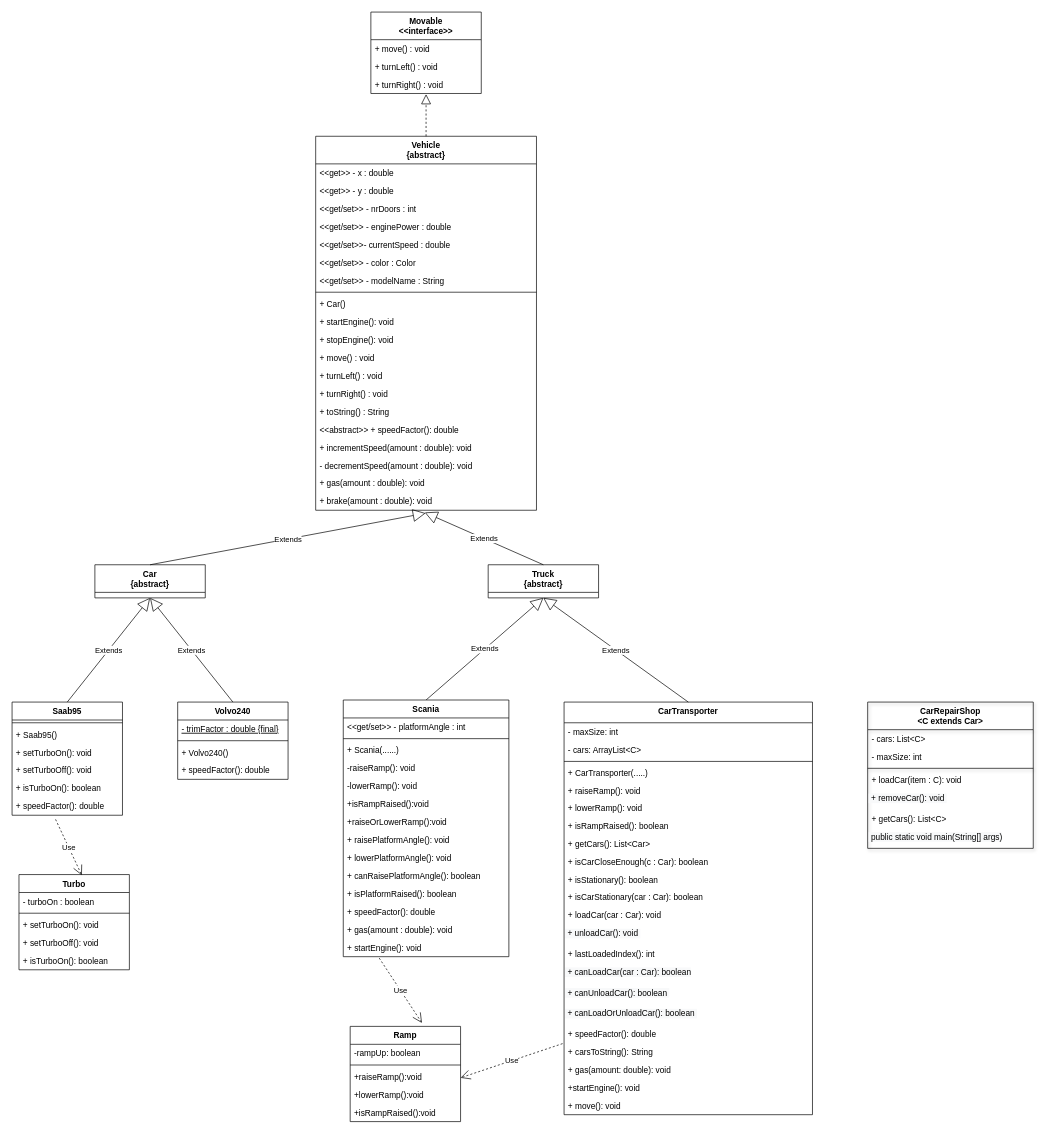
The draw.io diagram DiagramWithDelegation.drawio in EugeneDvoryankov/DIT953-lab1, before the edit. Source tidied: cells renumbered, new cells numbered last; positions are measured from the earlier drawing's top-left corner, leaving out a move shared by most shapes. Both pictures are drawn from the tidied source at 69%, with x=0, y=0 at pixel (12, 12).
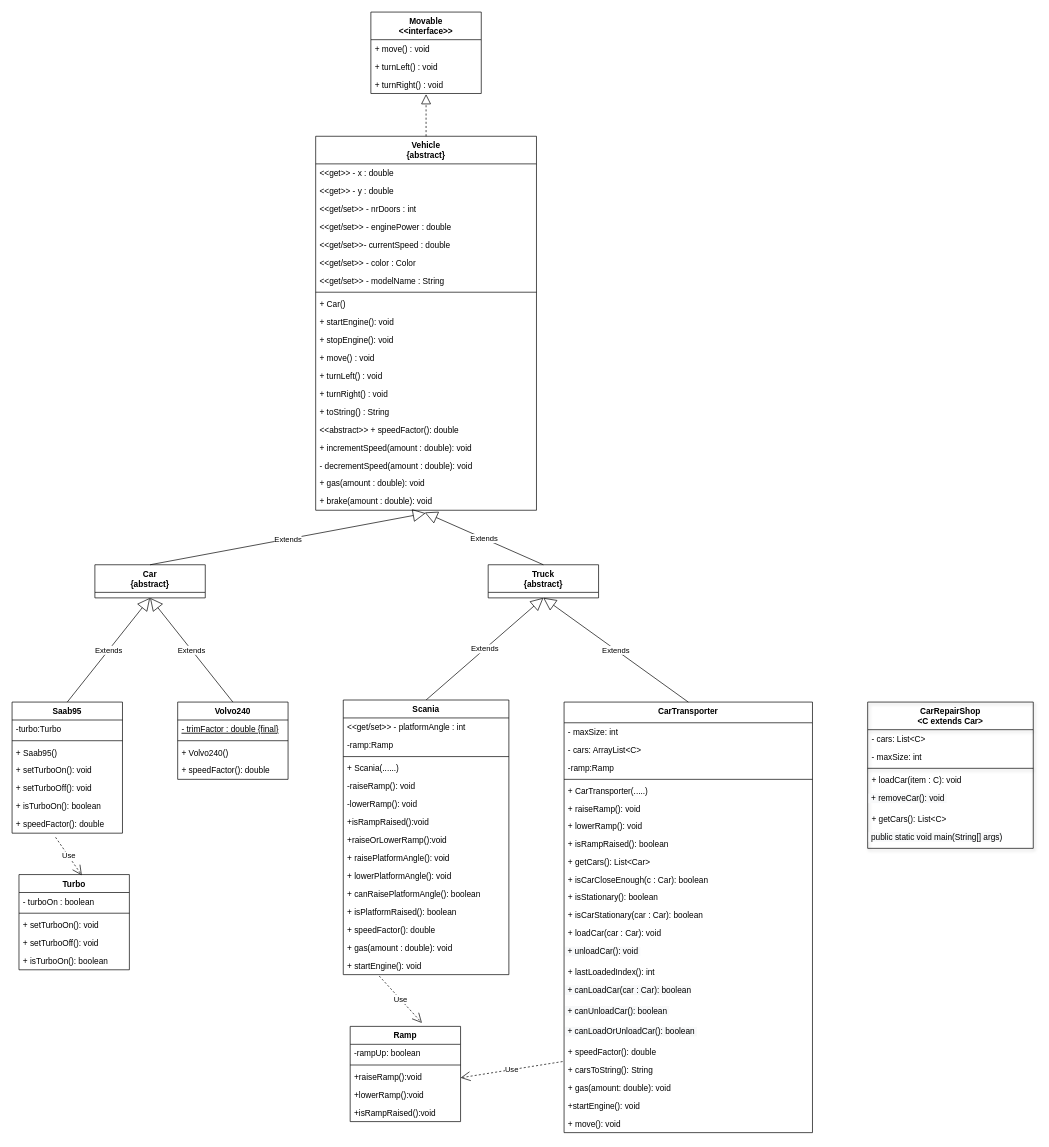
The same page after the edit.

The edit, as a diff of the source:
```diff
@@
     <mxCell id="2" value="CarTransporter" style="swimlane;fontStyle=1;align=center;verticalAlign=top;horizontal=1;startSize=30;strokeColor=#000000;fillColor=none;" parent="1" vertex="1">
-      <mxGeometry x="800" y="1000" width="360" height="598" as="geometry" />
+      <mxGeometry x="800" y="1000" width="360" height="624" as="geometry" />
     </mxCell>
@@
+    <mxCell id="109" value="-ramp:Ramp" style="text;strokeColor=none;fillColor=none;align=left;verticalAlign=top;spacingLeft=4;spacingRight=4;overflow=hidden;" parent="2" vertex="1">
+      <mxGeometry y="82" width="360" height="26" as="geometry" />
+    </mxCell>
     <mxCell id="5" style="line;strokeWidth=1;fillColor=none;align=left;verticalAlign=middle;spacingTop=-1;spacingLeft=3;spacingRight=3;labelPosition=right;" parent="2" vertex="1">
-      <mxGeometry y="82" width="360" height="8" as="geometry" />
+      <mxGeometry y="108" width="360" height="8" as="geometry" />
     </mxCell>
     <mxCell id="6" value="+ CarTransporter(.....)" style="text;strokeColor=none;fillColor=none;align=left;verticalAlign=top;spacingLeft=4;spacingRight=4;overflow=hidden;" parent="2" vertex="1">
-      <mxGeometry y="90" width="360" height="26" as="geometry" />
+      <mxGeometry y="116" width="360" height="26" as="geometry" />
     </mxCell>
     <mxCell id="7" value="+ raiseRamp(): void" style="text;strokeColor=none;fillColor=none;align=left;verticalAlign=top;spacingLeft=4;spacingRight=4;overflow=hidden;" parent="2" vertex="1">
-      <mxGeometry y="116" width="360" height="24" as="geometry" />
+      <mxGeometry y="142" width="360" height="24" as="geometry" />
     </mxCell>
     <mxCell id="8" value="+ lowerRamp(): void" style="text;strokeColor=none;fillColor=none;align=left;verticalAlign=top;spacingLeft=4;spacingRight=4;overflow=hidden;" parent="2" vertex="1">
-      <mxGeometry y="140" width="360" height="26" as="geometry" />
+      <mxGeometry y="166" width="360" height="26" as="geometry" />
     </mxCell>
     <mxCell id="9" value="+ isRampRaised(): boolean" style="text;strokeColor=none;fillColor=none;align=left;verticalAlign=top;spacingLeft=4;spacingRight=4;overflow=hidden;" parent="2" vertex="1">
-      <mxGeometry y="166" width="360" height="26" as="geometry" />
+      <mxGeometry y="192" width="360" height="26" as="geometry" />
     </mxCell>
     <mxCell id="10" value="+ getCars(): List&lt;Car&gt;" style="text;strokeColor=none;fillColor=none;align=left;verticalAlign=top;spacingLeft=4;spacingRight=4;overflow=hidden;shadow=1;" parent="2" vertex="1">
-      <mxGeometry y="192" width="360" height="26" as="geometry" />
+      <mxGeometry y="218" width="360" height="26" as="geometry" />
     </mxCell>
     <mxCell id="11" value="+ isCarCloseEnough(c : Car): boolean" style="text;strokeColor=none;fillColor=none;align=left;verticalAlign=top;spacingLeft=4;spacingRight=4;overflow=hidden;" parent="2" vertex="1">
-      <mxGeometry y="218" width="360" height="26" as="geometry" />
+      <mxGeometry y="244" width="360" height="26" as="geometry" />
     </mxCell>
     <mxCell id="12" value="+ isStationary(): boolean " style="text;strokeColor=none;fillColor=none;align=left;verticalAlign=top;spacingLeft=4;spacingRight=4;overflow=hidden;" parent="2" vertex="1">
-      <mxGeometry y="244" width="360" height="26" as="geometry" />
+      <mxGeometry y="270" width="360" height="26" as="geometry" />
     </mxCell>
     <mxCell id="13" value="+ isCarStationary(car : Car): boolean " style="text;strokeColor=none;fillColor=none;align=left;verticalAlign=top;spacingLeft=4;spacingRight=4;overflow=hidden;" parent="2" vertex="1">
-      <mxGeometry y="270" width="360" height="26" as="geometry" />
+      <mxGeometry y="296" width="360" height="26" as="geometry" />
     </mxCell>
     <mxCell id="14" value="+ loadCar(car : Car): void " style="text;strokeColor=none;fillColor=none;align=left;verticalAlign=top;spacingLeft=4;spacingRight=4;overflow=hidden;" parent="2" vertex="1">
-      <mxGeometry y="296" width="360" height="26" as="geometry" />
+      <mxGeometry y="322" width="360" height="26" as="geometry" />
     </mxCell>
     <mxCell id="15" value="&lt;span style=&quot;color: rgb(0 , 0 , 0) ; font-family: &amp;#34;helvetica&amp;#34; ; font-size: 12px ; font-style: normal ; font-weight: 400 ; letter-spacing: normal ; text-align: left ; text-indent: 0px ; text-transform: none ; word-spacing: 0px ; background-color: rgb(248 , 249 , 250) ; display: inline ; float: none&quot;&gt;&amp;nbsp;+ unloadCar(): void&amp;nbsp;&lt;/span&gt;" style="text;whiteSpace=wrap;html=1;fillColor=none;" parent="2" vertex="1">
-      <mxGeometry y="322" width="360" height="30" as="geometry" />
+      <mxGeometry y="348" width="360" height="30" as="geometry" />
     </mxCell>
     <mxCell id="16" value="+ lastLoadedIndex(): int" style="text;strokeColor=none;fillColor=none;align=left;verticalAlign=top;spacingLeft=4;spacingRight=4;overflow=hidden;shadow=1;" parent="2" vertex="1">
-      <mxGeometry y="352" width="360" height="26" as="geometry" />
+      <mxGeometry y="378" width="360" height="26" as="geometry" />
     </mxCell>
     <mxCell id="17" value="&lt;span style=&quot;color: rgb(0 , 0 , 0) ; font-family: &amp;#34;helvetica&amp;#34; ; font-size: 12px ; font-style: normal ; font-weight: 400 ; letter-spacing: normal ; text-align: left ; text-indent: 0px ; text-transform: none ; word-spacing: 0px ; background-color: rgb(248 , 249 , 250) ; display: inline ; float: none&quot;&gt;&amp;nbsp;+ canLoadCar(car : Car): boolean&lt;/span&gt;" style="text;whiteSpace=wrap;html=1;fillColor=none;" parent="2" vertex="1">
-      <mxGeometry y="378" width="360" height="30" as="geometry" />
+      <mxGeometry y="404" width="360" height="30" as="geometry" />
     </mxCell>
     <mxCell id="18" value="&lt;span style=&quot;color: rgb(0 , 0 , 0) ; font-family: &amp;#34;helvetica&amp;#34; ; font-size: 12px ; font-style: normal ; font-weight: 400 ; letter-spacing: normal ; text-align: left ; text-indent: 0px ; text-transform: none ; word-spacing: 0px ; background-color: rgb(248 , 249 , 250) ; display: inline ; float: none&quot;&gt;&amp;nbsp;+ canUnloadCar(): boolean&amp;nbsp;&lt;/span&gt;" style="text;whiteSpace=wrap;html=1;fillColor=none;" parent="2" vertex="1">
-      <mxGeometry y="408" width="360" height="30" as="geometry" />
+      <mxGeometry y="434" width="360" height="30" as="geometry" />
     </mxCell>
     <mxCell id="19" value="&lt;span style=&quot;color: rgb(0 , 0 , 0) ; font-family: &amp;#34;helvetica&amp;#34; ; font-size: 12px ; font-style: normal ; font-weight: 400 ; letter-spacing: normal ; text-align: left ; text-indent: 0px ; text-transform: none ; word-spacing: 0px ; background-color: rgb(248 , 249 , 250) ; display: inline ; float: none&quot;&gt;&amp;nbsp;+ canLoadOrUnloadCar(): boolean&amp;nbsp;&lt;/span&gt;" style="text;whiteSpace=wrap;html=1;fillColor=none;" parent="2" vertex="1">
-      <mxGeometry y="438" width="360" height="30" as="geometry" />
+      <mxGeometry y="464" width="360" height="30" as="geometry" />
     </mxCell>
     <mxCell id="20" value="+ speedFactor(): double" style="text;strokeColor=none;fillColor=none;align=left;verticalAlign=top;spacingLeft=4;spacingRight=4;overflow=hidden;" parent="2" vertex="1">
-      <mxGeometry y="468" width="360" height="26" as="geometry" />
+      <mxGeometry y="494" width="360" height="26" as="geometry" />
     </mxCell>
     <mxCell id="21" value="+ carsToString(): String" style="text;strokeColor=none;fillColor=none;align=left;verticalAlign=top;spacingLeft=4;spacingRight=4;overflow=hidden;points=[[0,0.5],[1,0.5]];portConstraint=eastwest;" parent="2" vertex="1">
-      <mxGeometry y="494" width="360" height="26" as="geometry" />
+      <mxGeometry y="520" width="360" height="26" as="geometry" />
     </mxCell>
     <mxCell id="22" value="+ gas(amount: double): void" style="text;strokeColor=none;fillColor=none;align=left;verticalAlign=top;spacingLeft=4;spacingRight=4;overflow=hidden;" parent="2" vertex="1">
-      <mxGeometry y="520" width="360" height="26" as="geometry" />
+      <mxGeometry y="546" width="360" height="26" as="geometry" />
     </mxCell>
     <mxCell id="23" value="+startEngine(): void" style="text;strokeColor=none;fillColor=none;align=left;verticalAlign=top;spacingLeft=4;spacingRight=4;overflow=hidden;" parent="2" vertex="1">
-      <mxGeometry y="546" width="360" height="26" as="geometry" />
+      <mxGeometry y="572" width="360" height="26" as="geometry" />
     </mxCell>
     <mxCell id="24" value="+ move(): void" style="text;strokeColor=none;fillColor=none;align=left;verticalAlign=top;spacingLeft=4;spacingRight=4;overflow=hidden;" parent="2" vertex="1">
-      <mxGeometry y="572" width="360" height="26" as="geometry" />
+      <mxGeometry y="598" width="360" height="26" as="geometry" />
     </mxCell>
@@
     <mxCell id="51" value="Saab95" style="swimlane;fontStyle=1;align=center;verticalAlign=top;horizontal=1;startSize=26;" parent="1" vertex="1">
-      <mxGeometry y="1000" width="160" height="164" as="geometry" />
+      <mxGeometry y="1000" width="160" height="190" as="geometry" />
     </mxCell>
+    <mxCell id="110" value="-turbo:Turbo" style="text;strokeColor=none;fillColor=none;align=left;verticalAlign=top;spacingLeft=4;spacingRight=4;overflow=hidden;" parent="51" vertex="1">
+      <mxGeometry y="26" width="160" height="26" as="geometry" />
+    </mxCell>
     <mxCell id="52" style="line;strokeWidth=1;fillColor=none;align=left;verticalAlign=middle;spacingTop=-1;spacingLeft=3;spacingRight=3;labelPosition=right;" parent="51" vertex="1">
-      <mxGeometry y="26" width="160" height="8" as="geometry" />
+      <mxGeometry y="52" width="160" height="8" as="geometry" />
     </mxCell>
     <mxCell id="53" value="+ Saab95()" style="text;strokeColor=none;fillColor=none;align=left;verticalAlign=top;spacingLeft=4;spacingRight=4;overflow=hidden;" parent="51" vertex="1">
-      <mxGeometry y="34" width="160" height="26" as="geometry" />
+      <mxGeometry y="60" width="160" height="26" as="geometry" />
     </mxCell>
     <mxCell id="54" value="+ setTurboOn(): void" style="text;strokeColor=none;fillColor=none;align=left;verticalAlign=top;spacingLeft=4;spacingRight=4;overflow=hidden;" parent="51" vertex="1">
-      <mxGeometry y="60" width="160" height="26" as="geometry" />
+      <mxGeometry y="86" width="160" height="26" as="geometry" />
     </mxCell>
     <mxCell id="55" value="+ setTurboOff(): void" style="text;strokeColor=none;fillColor=none;align=left;verticalAlign=top;spacingLeft=4;spacingRight=4;overflow=hidden;" parent="51" vertex="1">
-      <mxGeometry y="86" width="160" height="26" as="geometry" />
+      <mxGeometry y="112" width="160" height="26" as="geometry" />
     </mxCell>
     <mxCell id="56" value="+ isTurboOn(): boolean" style="text;strokeColor=none;fillColor=none;align=left;verticalAlign=top;spacingLeft=4;spacingRight=4;overflow=hidden;" parent="51" vertex="1">
-      <mxGeometry y="112" width="160" height="26" as="geometry" />
+      <mxGeometry y="138" width="160" height="26" as="geometry" />
     </mxCell>
     <mxCell id="57" value="+ speedFactor(): double" style="text;strokeColor=none;fillColor=none;align=left;verticalAlign=top;spacingLeft=4;spacingRight=4;overflow=hidden;points=[[0,0.5],[1,0.5]];portConstraint=eastwest;" parent="51" vertex="1">
-      <mxGeometry y="138" width="160" height="26" as="geometry" />
+      <mxGeometry y="164" width="160" height="26" as="geometry" />
     </mxCell>
@@
     <mxCell id="70" value="Scania" style="swimlane;fontStyle=1;align=center;verticalAlign=top;horizontal=1;startSize=26;" parent="1" vertex="1">
-      <mxGeometry x="480" y="997" width="240" height="372" as="geometry" />
+      <mxGeometry x="480" y="997" width="240" height="398" as="geometry" />
     </mxCell>
@@
+    <mxCell id="111" value="-ramp:Ramp" style="text;strokeColor=none;fillColor=none;align=left;verticalAlign=top;spacingLeft=4;spacingRight=4;overflow=hidden;" parent="70" vertex="1">
+      <mxGeometry y="52" width="240" height="26" as="geometry" />
+    </mxCell>
     <mxCell id="72" style="line;strokeWidth=1;fillColor=none;align=left;verticalAlign=middle;spacingTop=-1;spacingLeft=3;spacingRight=3;labelPosition=right;" parent="70" vertex="1">
-      <mxGeometry y="52" width="240" height="8" as="geometry" />
+      <mxGeometry y="78" width="240" height="8" as="geometry" />
     </mxCell>
     <mxCell id="73" value="+ Scania(......)" style="text;strokeColor=none;fillColor=none;align=left;verticalAlign=top;spacingLeft=4;spacingRight=4;overflow=hidden;" parent="70" vertex="1">
-      <mxGeometry y="60" width="240" height="26" as="geometry" />
+      <mxGeometry y="86" width="240" height="26" as="geometry" />
     </mxCell>
     <mxCell id="74" value="-raiseRamp(): void" style="text;strokeColor=none;fillColor=none;align=left;verticalAlign=top;spacingLeft=4;spacingRight=4;overflow=hidden;" parent="70" vertex="1">
-      <mxGeometry y="86" width="240" height="26" as="geometry" />
+      <mxGeometry y="112" width="240" height="26" as="geometry" />
     </mxCell>
     <mxCell id="75" value="-lowerRamp(): void" style="text;strokeColor=none;fillColor=none;align=left;verticalAlign=top;spacingLeft=4;spacingRight=4;overflow=hidden;" parent="70" vertex="1">
-      <mxGeometry y="112" width="240" height="26" as="geometry" />
+      <mxGeometry y="138" width="240" height="26" as="geometry" />
     </mxCell>
     <mxCell id="76" value="+isRampRaised():void" style="text;strokeColor=none;fillColor=none;align=left;verticalAlign=top;spacingLeft=4;spacingRight=4;overflow=hidden;" parent="70" vertex="1">
-      <mxGeometry y="138" width="240" height="26" as="geometry" />
+      <mxGeometry y="164" width="240" height="26" as="geometry" />
     </mxCell>
     <mxCell id="77" value="+raiseOrLowerRamp():void" style="text;strokeColor=none;fillColor=none;align=left;verticalAlign=top;spacingLeft=4;spacingRight=4;overflow=hidden;" parent="70" vertex="1">
-      <mxGeometry y="164" width="240" height="26" as="geometry" />
+      <mxGeometry y="190" width="240" height="26" as="geometry" />
     </mxCell>
     <mxCell id="78" value="+ raisePlatformAngle(): void" style="text;strokeColor=none;fillColor=none;align=left;verticalAlign=top;spacingLeft=4;spacingRight=4;overflow=hidden;" parent="70" vertex="1">
-      <mxGeometry y="190" width="240" height="26" as="geometry" />
+      <mxGeometry y="216" width="240" height="26" as="geometry" />
     </mxCell>
     <mxCell id="79" value="+ lowerPlatformAngle(): void" style="text;strokeColor=none;fillColor=none;align=left;verticalAlign=top;spacingLeft=4;spacingRight=4;overflow=hidden;" parent="70" vertex="1">
-      <mxGeometry y="216" width="240" height="26" as="geometry" />
+      <mxGeometry y="242" width="240" height="26" as="geometry" />
     </mxCell>
     <mxCell id="80" value="+ canRaisePlatformAngle(): boolean" style="text;strokeColor=none;fillColor=none;align=left;verticalAlign=top;spacingLeft=4;spacingRight=4;overflow=hidden;" parent="70" vertex="1">
-      <mxGeometry y="242" width="240" height="26" as="geometry" />
+      <mxGeometry y="268" width="240" height="26" as="geometry" />
     </mxCell>
     <mxCell id="81" value="+ isPlatformRaised(): boolean" style="text;strokeColor=none;fillColor=none;align=left;verticalAlign=top;spacingLeft=4;spacingRight=4;overflow=hidden;" parent="70" vertex="1">
-      <mxGeometry y="268" width="240" height="26" as="geometry" />
+      <mxGeometry y="294" width="240" height="26" as="geometry" />
     </mxCell>
     <mxCell id="82" value="+ speedFactor(): double" style="text;strokeColor=none;fillColor=none;align=left;verticalAlign=top;spacingLeft=4;spacingRight=4;overflow=hidden;" parent="70" vertex="1">
-      <mxGeometry y="294" width="240" height="26" as="geometry" />
+      <mxGeometry y="320" width="240" height="26" as="geometry" />
     </mxCell>
     <mxCell id="83" value="+ gas(amount : double): void" style="text;strokeColor=none;fillColor=none;align=left;verticalAlign=top;spacingLeft=4;spacingRight=4;overflow=hidden;" parent="70" vertex="1">
-      <mxGeometry y="320" width="240" height="26" as="geometry" />
+      <mxGeometry y="346" width="240" height="26" as="geometry" />
     </mxCell>
     <mxCell id="84" value="+ startEngine(): void" style="text;strokeColor=none;fillColor=none;align=left;verticalAlign=top;spacingLeft=4;spacingRight=4;overflow=hidden;points=[[0,0.5],[1,0.5]];portConstraint=eastwest;" parent="70" vertex="1">
-      <mxGeometry y="346" width="240" height="26" as="geometry" />
+      <mxGeometry y="372" width="240" height="26" as="geometry" />
     </mxCell>
```
